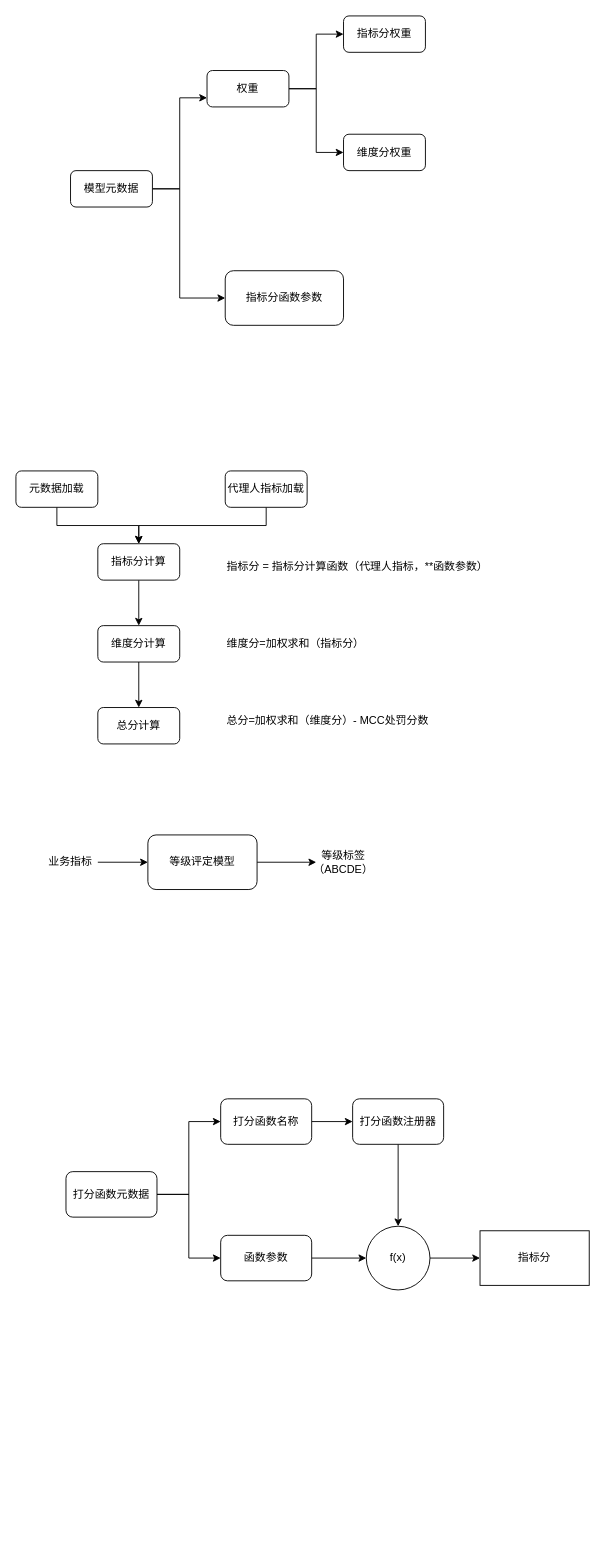
Earlier version of the draw.io diagram 友邦/总分计算.drawio (XiaoLiuAI/diagrams). Source tidied: cells renumbered, new cells numbered last; positions are measured from the earlier drawing's top-left corner, leaving out a move shared by most shapes. Both pictures are drawn from the tidied source at 91%, with x=0, y=0 at pixel (15, 15).
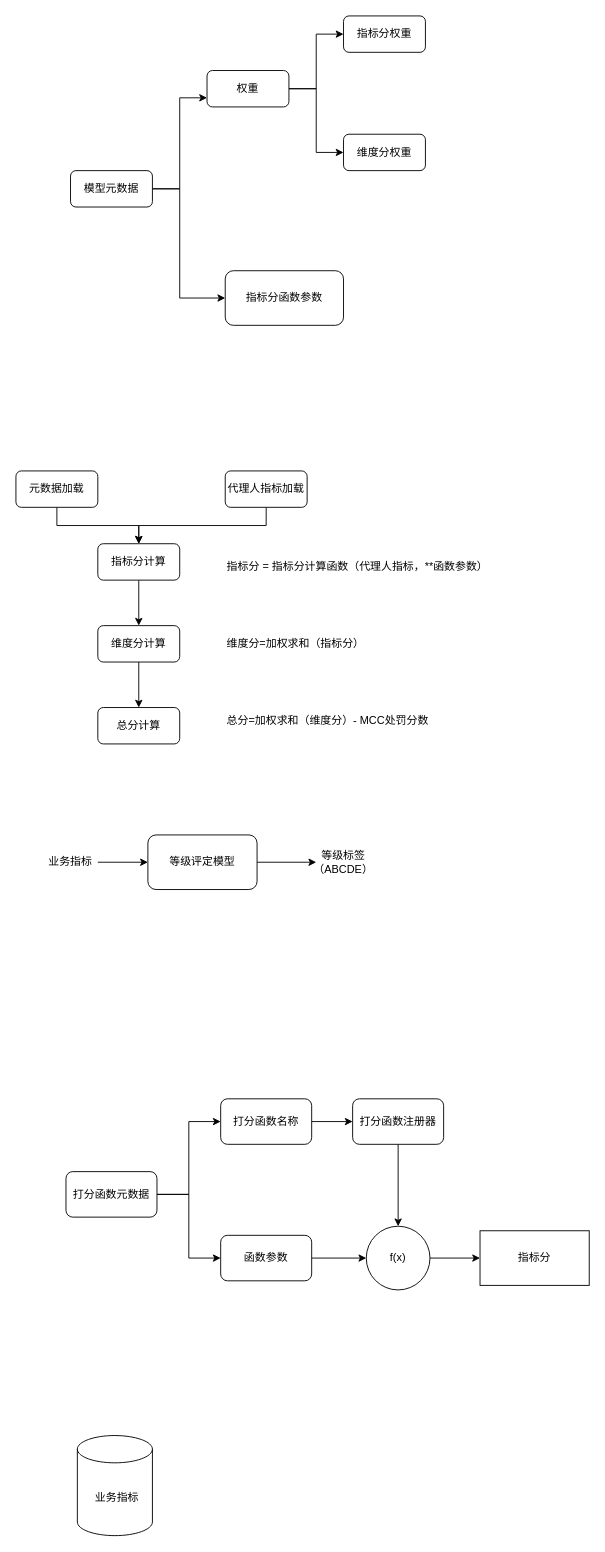
After the change.

What changed in the source:
```diff
@@
+    <mxCell id="40" value="&amp;nbsp;业务指标" style="shape=cylinder3;whiteSpace=wrap;html=1;boundedLbl=1;backgroundOutline=1;size=15;" parent="1" vertex="1">
+      <mxGeometry x="67.5" y="1560" width="82.5" height="110" as="geometry" />
+    </mxCell>
```
